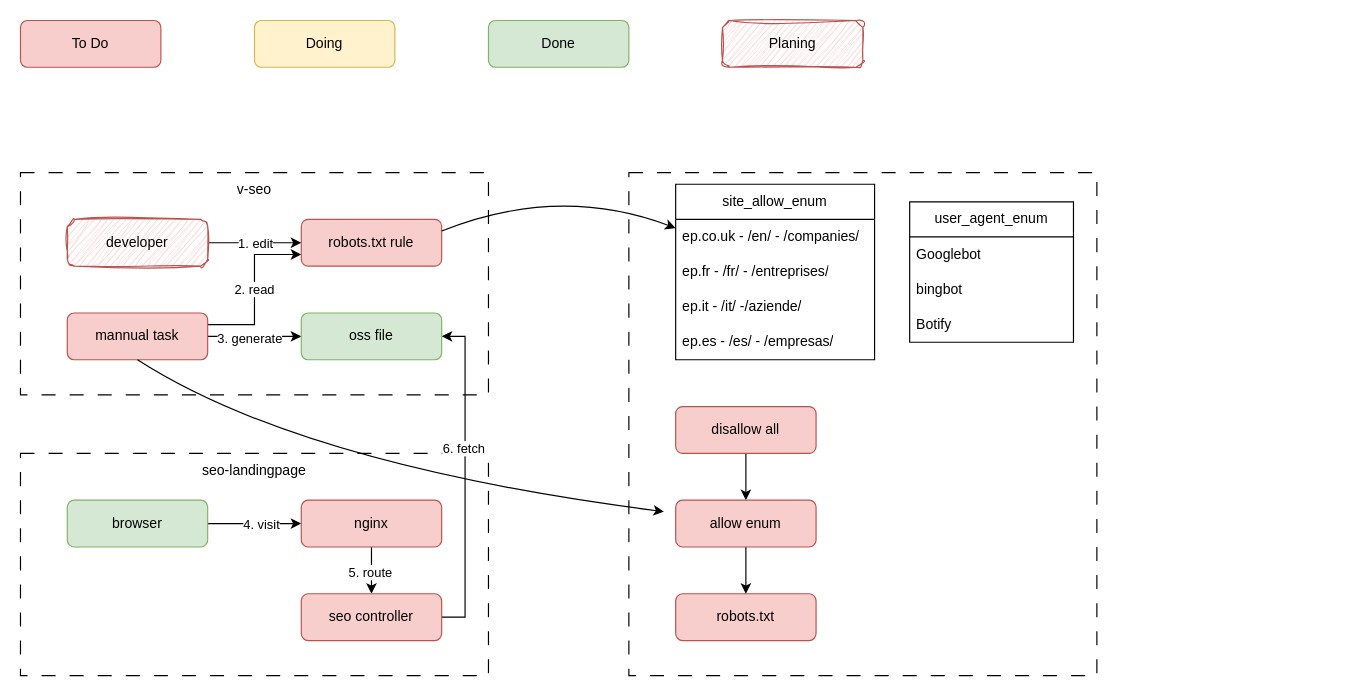
This is drawio/robotstxt.drawio from VisableHarry/seo-drawio, a draw.io file, before an edit. Source tidied: cells renumbered, new cells numbered last; positions are measured from the earlier drawing's top-left corner, leaving out a move shared by most shapes. Both pictures are drawn from the tidied source at 117%, with x=0, y=0 at pixel (20, 20).
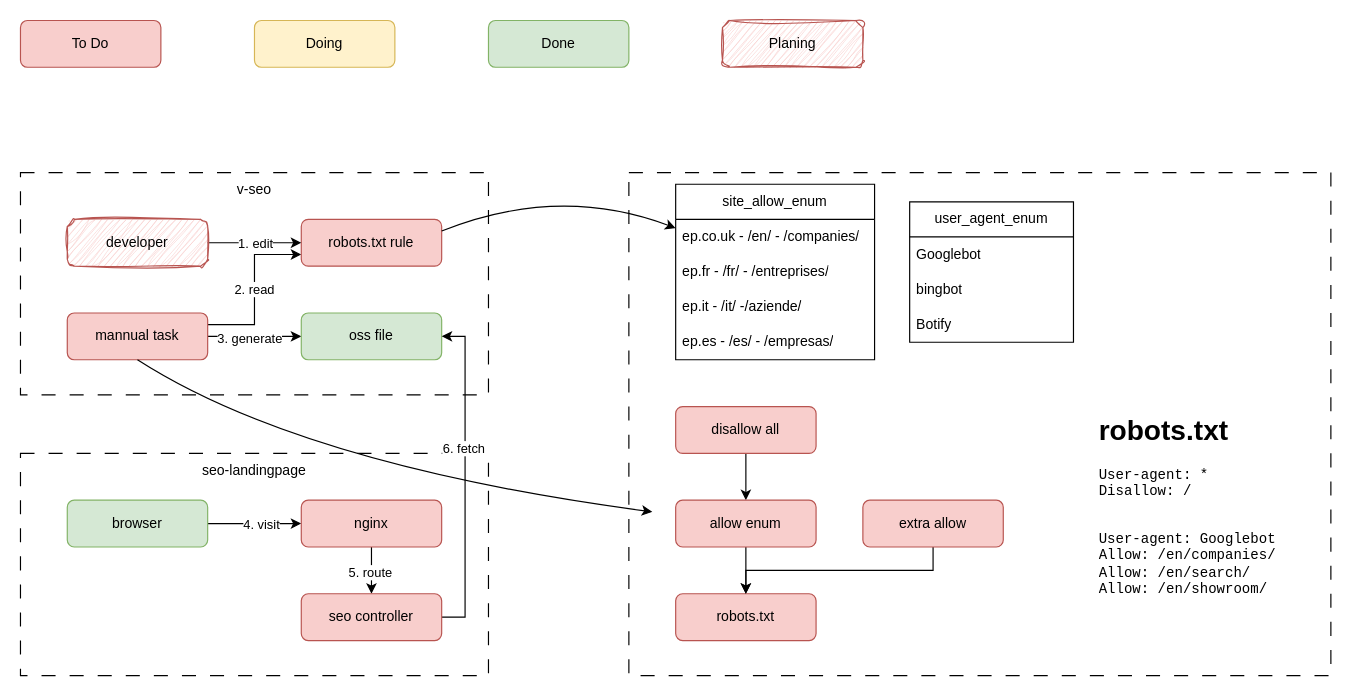
The same page after the edit.

The change refers to these unchanged cells:
```xml
<mxCell id="9" value="mannual task" style="rounded=1;whiteSpace=wrap;html=1;fillColor=#f8cecc;strokeColor=#b85450;" parent="1" vertex="1">
  <mxGeometry x="40" y="250" width="120" height="40" as="geometry" />
</mxCell>
<mxCell id="39" value="robots.txt" style="rounded=1;whiteSpace=wrap;html=1;fillColor=#f8cecc;strokeColor=#b85450;" parent="1" vertex="1">
  <mxGeometry x="560" y="490" width="120" height="40" as="geometry" />
</mxCell>
```

What changed in the source:
```diff
@@
     <mxCell id="2" style="rounded=0;whiteSpace=wrap;html=1;fillColor=none;dashed=1;dashPattern=12 12;" parent="1" vertex="1">
-      <mxGeometry x="520" y="130" width="400" height="430" as="geometry" />
+      <mxGeometry x="520" y="130" width="600" height="430" as="geometry" />
     </mxCell>
@@
-    <mxCell id="30" style="curved=1;endArrow=classic;html=1;rounded=0;exitX=0.5;exitY=1;exitDx=0;exitDy=0;entryX=0.075;entryY=0.674;entryDx=0;entryDy=0;entryPerimeter=0;" parent="1" edge="1" source="9" target="2">
+    <mxCell id="30" style="curved=1;endArrow=classic;html=1;rounded=0;exitX=0.5;exitY=1;exitDx=0;exitDy=0;" parent="1" edge="1" source="9">
       <mxGeometry relative="1" as="geometry">
+        <mxPoint x="540" y="420" as="targetPoint" />
         <Array as="points">
           <mxPoint x="240" y="380" />
         </Array>
       </mxGeometry>
     </mxCell>
@@
+    <mxCell id="46" style="edgeStyle=orthogonalEdgeStyle;rounded=0;jettySize=auto;html=1;exitX=0.5;exitY=1;exitDx=0;exitDy=0;entryX=0.5;entryY=0;entryDx=0;entryDy=0;" parent="1" edge="1" source="47" target="39">
+      <mxGeometry relative="1" as="geometry" />
+    </mxCell>
+    <mxCell id="47" value="extra allow" style="rounded=1;whiteSpace=wrap;html=1;fillColor=#f8cecc;strokeColor=#b85450;" parent="1" vertex="1">
+      <mxGeometry x="720" y="410" width="120" height="40" as="geometry" />
+    </mxCell>
+    <mxCell id="48" value="&lt;h1 style=&quot;margin-top: 0px;&quot;&gt;robots.txt&lt;/h1&gt;&lt;pre&gt;User-agent: *&lt;br&gt;Disallow: /&lt;/pre&gt;&lt;pre&gt;&lt;br&gt;User-agent: Googlebot&lt;br&gt;Allow: /en/companies/&lt;br&gt;Allow: /en/search/&lt;br&gt;Allow: /en/showroom/&lt;/pre&gt;" style="text;html=1;whiteSpace=wrap;overflow=hidden;rounded=0;" parent="1" vertex="1">
+      <mxGeometry x="920" y="330" width="180" height="200" as="geometry" />
+    </mxCell>
```
